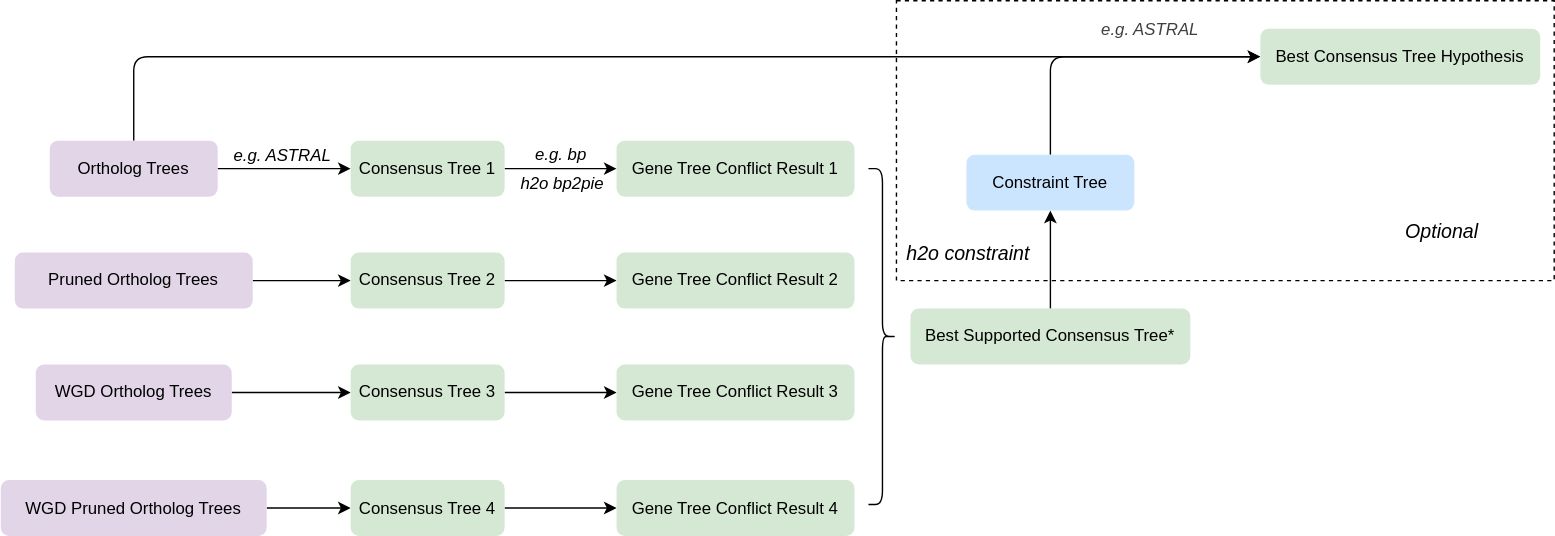
Earlier version of the draw.io export tutorials/main_workflow2.drawio.svg (fkyeeb/H2O). Source tidied: cells renumbered, new cells last; positions are measured from the earlier drawing's top-left corner, leaving out a move shared by most shapes.
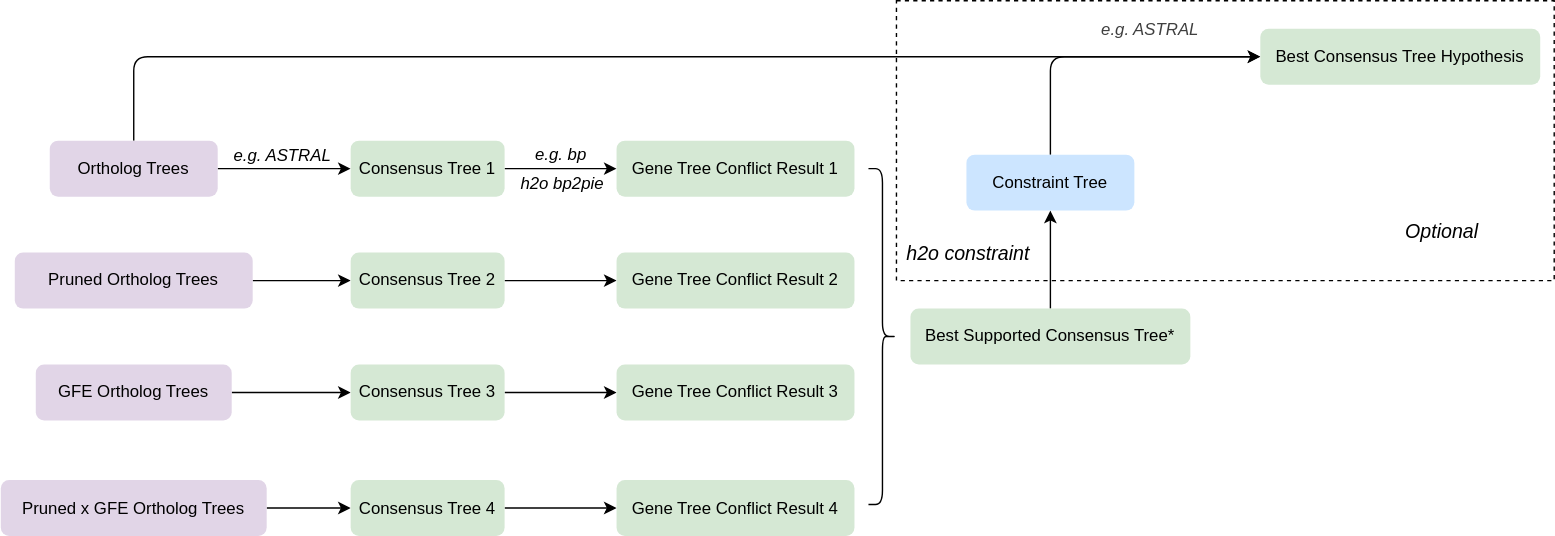
After the commit.

The edit, as a diff of the source:
```diff
@@ -25,13 +25,13 @@
     <mxCell id="8" style="edgeStyle=none;html=1;exitX=1;exitY=0.5;exitDx=0;exitDy=0;entryX=0;entryY=0.5;entryDx=0;entryDy=0;" parent="1" edge="1" source="9" target="18">
       <mxGeometry relative="1" as="geometry" />
     </mxCell>
-    <mxCell id="9" value="WGD Ortholog Trees" style="rounded=1;whiteSpace=wrap;html=1;fontSize=12;glass=0;strokeWidth=1;shadow=0;fillColor=#e1d5e7;strokeColor=none;" parent="1" vertex="1">
+    <mxCell id="9" value="GFE Ortholog Trees" style="rounded=1;whiteSpace=wrap;html=1;fontSize=12;glass=0;strokeWidth=1;shadow=0;fillColor=#e1d5e7;strokeColor=none;" parent="1" vertex="1">
       <mxGeometry x="25" y="260" width="140" height="40" as="geometry" />
     </mxCell>
     <mxCell id="10" style="edgeStyle=none;html=1;exitX=1;exitY=0.5;exitDx=0;exitDy=0;entryX=0;entryY=0.5;entryDx=0;entryDy=0;" parent="1" edge="1" source="11" target="20">
       <mxGeometry relative="1" as="geometry" />
     </mxCell>
-    <mxCell id="11" value="WGD Pruned Ortholog Trees" style="rounded=1;whiteSpace=wrap;html=1;fontSize=12;glass=0;strokeWidth=1;shadow=0;fillColor=#e1d5e7;strokeColor=none;" parent="1" vertex="1">
+    <mxCell id="11" value="Pruned x GFE Ortholog Trees" style="rounded=1;whiteSpace=wrap;html=1;fontSize=12;glass=0;strokeWidth=1;shadow=0;fillColor=#e1d5e7;strokeColor=none;" parent="1" vertex="1">
       <mxGeometry y="342.5" width="190" height="40" as="geometry" />
     </mxCell>
     <mxCell id="12" value="&lt;i&gt;&lt;font style=&quot;font-size: 12px;&quot;&gt;e.g. bp&lt;/font&gt;&lt;/i&gt;" style="edgeStyle=none;html=1;exitX=1;exitY=0.5;exitDx=0;exitDy=0;entryX=0;entryY=0.5;entryDx=0;entryDy=0;" parent="1" edge="1" source="14" target="21">
```
